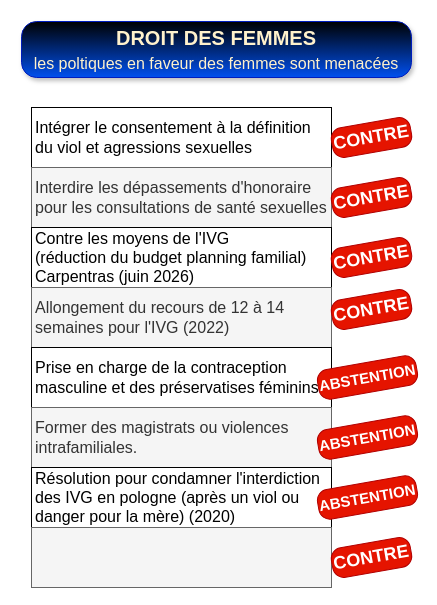
Before: drawio/Droit_des_femmes.drawio in bernard44600/cedbn, a draw.io diagram. Source tidied: cells renumbered, new cells numbered last; positions are measured from the earlier drawing's top-left corner, leaving out a move shared by most shapes. Both pictures are drawn from the tidied source at 100%, with x=0, y=0 at pixel (21, 21).
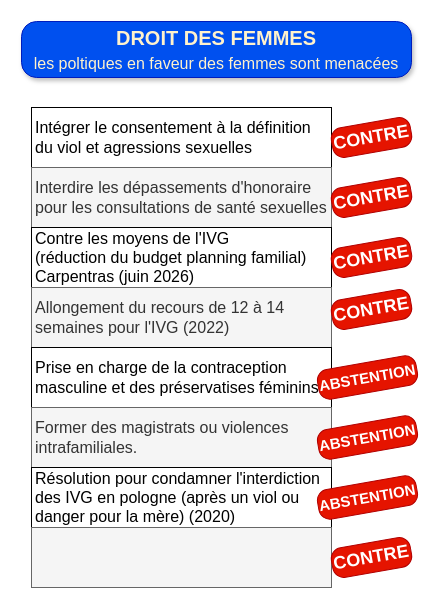
After the change.

The edit, as a diff of the source:
```diff
@@
 <mxGraphModel>
   <root>
     <mxCell id="0" />
     <mxCell id="1" parent="0" />
-    <mxCell id="2" value="DROIT DES FEMMES&lt;br&gt;&lt;font style=&quot;font-size: 16px; font-weight: normal;&quot;&gt;les poltiques en faveur des femmes sont menacées&lt;/font&gt;" style="rounded=1;whiteSpace=wrap;html=1;fontSize=20;fillColor=#0050ef;strokeColor=#001DBC;fontColor=#FFF2CC;gradientColor=default;gradientDirection=north;roundedPerimeter=1;shadow=1;glass=0;multiple=0;fontFamily=Helvetica;labelBackgroundColor=none;arcSize=27;fontStyle=1;" parent="1" vertex="1">
+    <mxCell id="2" value="DROIT DES FEMMES&lt;br&gt;&lt;font style=&quot;font-size: 16px; font-weight: normal;&quot;&gt;les poltiques en faveur des femmes sont menacées&lt;/font&gt;" style="rounded=1;whiteSpace=wrap;html=1;fontSize=20;fillColor=#0050ef;strokeColor=#001DBC;fontColor=#FFF2CC;gradientColor=none;gradientDirection=north;roundedPerimeter=1;shadow=1;glass=0;multiple=0;fontFamily=Helvetica;labelBackgroundColor=none;arcSize=27;fontStyle=1;" parent="1" vertex="1">
       <mxGeometry width="390" height="56" as="geometry" />
     </mxCell>
     <mxCell id="3" value="Intégrer le consentement à la définition du viol et agressions sexuelles" style="rounded=0;whiteSpace=wrap;html=1;fontFamily=Helvetica;fontSize=16;align=left;spacingLeft=2;" parent="1" vertex="1">
       <mxGeometry x="10" y="86" width="300" height="60" as="geometry" />
     </mxCell>
     <mxCell id="4" value="Interdire les dépassements d'honoraire pour les consultations de santé sexuelles" style="rounded=0;whiteSpace=wrap;html=1;fontFamily=Helvetica;fontSize=16;align=left;fillColor=#f5f5f5;fontColor=#333333;strokeColor=#666666;spacingLeft=2;" parent="1" vertex="1">
       <mxGeometry x="10" y="146" width="300" height="60" as="geometry" />
     </mxCell>
     <mxCell id="5" value="&lt;font&gt;Contre les moyens de l'IVG &lt;br&gt;(réduction du budget planning familial)&lt;br&gt;Carpentras (juin 2026)&amp;nbsp;&lt;/font&gt;" style="rounded=0;whiteSpace=wrap;html=1;fontFamily=Helvetica;fontSize=16;align=left;spacingLeft=2;" parent="1" vertex="1">
       <mxGeometry x="10" y="206" width="300" height="60" as="geometry" />
     </mxCell>
     <mxCell id="6" value="Allongement du recours de 12 à 14 semaines pour l'IVG (2022)" style="rounded=0;whiteSpace=wrap;html=1;fontFamily=Helvetica;fontSize=16;align=left;fillColor=#f5f5f5;fontColor=#333333;strokeColor=#666666;spacingLeft=2;" parent="1" vertex="1">
       <mxGeometry x="10" y="266" width="300" height="60" as="geometry" />
     </mxCell>
     <mxCell id="7" value="Prise en charge de la contraception masculine et des préservatises féminins." style="rounded=0;whiteSpace=wrap;html=1;fontFamily=Helvetica;fontSize=16;align=left;spacingLeft=2;" parent="1" vertex="1">
       <mxGeometry x="10" y="326" width="300" height="60" as="geometry" />
     </mxCell>
     <mxCell id="8" value="Former des magistrats ou violences intrafamiliales." style="rounded=0;whiteSpace=wrap;html=1;fontFamily=Helvetica;fontSize=16;align=left;fillColor=#f5f5f5;fontColor=#333333;strokeColor=#666666;spacingLeft=2;" parent="1" vertex="1">
       <mxGeometry x="10" y="386" width="300" height="60" as="geometry" />
     </mxCell>
     <mxCell id="9" value="Résolution pour condamner l'interdiction des IVG en pologne (après un viol ou danger pour la mère) (2020)" style="rounded=0;whiteSpace=wrap;html=1;fontFamily=Helvetica;fontSize=16;align=left;spacingLeft=2;" parent="1" vertex="1">
       <mxGeometry x="10" y="446" width="300" height="60" as="geometry" />
     </mxCell>
     <mxCell id="10" style="rounded=0;whiteSpace=wrap;html=1;fontFamily=Helvetica;fontSize=16;align=left;fillColor=#f5f5f5;fontColor=#333333;strokeColor=#666666;spacingLeft=2;" parent="1" vertex="1">
       <mxGeometry x="10" y="506" width="300" height="60" as="geometry" />
     </mxCell>
     <mxCell id="11" value="CONTRE" style="text;html=1;whiteSpace=wrap;strokeColor=#B20000;fillColor=#e51400;align=center;verticalAlign=middle;rounded=1;fontSize=18;fontColor=#ffffff;fontStyle=1;roundedPerimeter=1;arcSize=37;rotation=-10;" parent="1" vertex="1">
       <mxGeometry x="310" y="101" width="80" height="30" as="geometry" />
     </mxCell>
     <mxCell id="12" value="CONTRE" style="text;html=1;whiteSpace=wrap;strokeColor=#B20000;fillColor=#e51400;align=center;verticalAlign=middle;rounded=1;fontSize=18;fontColor=#ffffff;fontStyle=1;roundedPerimeter=1;arcSize=37;rotation=-10;" parent="1" vertex="1">
       <mxGeometry x="310" y="161" width="80" height="30" as="geometry" />
     </mxCell>
     <mxCell id="13" value="CONTRE" style="text;html=1;whiteSpace=wrap;strokeColor=#B20000;fillColor=#e51400;align=center;verticalAlign=middle;rounded=1;fontSize=18;fontColor=#ffffff;fontStyle=1;roundedPerimeter=1;arcSize=37;rotation=-10;" parent="1" vertex="1">
       <mxGeometry x="310" y="221" width="80" height="30" as="geometry" />
     </mxCell>
     <mxCell id="14" value="CONTRE" style="text;html=1;whiteSpace=wrap;strokeColor=#B20000;fillColor=#e51400;align=center;verticalAlign=middle;rounded=1;fontSize=18;fontColor=#ffffff;fontStyle=1;roundedPerimeter=1;arcSize=37;rotation=-10;" parent="1" vertex="1">
       <mxGeometry x="310" y="273" width="80" height="30" as="geometry" />
     </mxCell>
     <mxCell id="15" value="ABSTENTION" style="text;html=1;whiteSpace=wrap;strokeColor=#B20000;fillColor=#e51400;align=center;verticalAlign=middle;rounded=1;fontSize=15;fontColor=#ffffff;fontStyle=1;roundedPerimeter=1;arcSize=37;rotation=-10;" parent="1" vertex="1">
       <mxGeometry x="296" y="341" width="100" height="30" as="geometry" />
     </mxCell>
     <mxCell id="16" value="ABSTENTION" style="text;html=1;whiteSpace=wrap;strokeColor=#B20000;fillColor=#e51400;align=center;verticalAlign=middle;rounded=1;fontSize=15;fontColor=#ffffff;fontStyle=1;roundedPerimeter=1;arcSize=37;rotation=-10;" parent="1" vertex="1">
       <mxGeometry x="296" y="401" width="100" height="30" as="geometry" />
     </mxCell>
     <mxCell id="17" value="ABSTENTION" style="text;html=1;whiteSpace=wrap;strokeColor=#B20000;fillColor=#e51400;align=center;verticalAlign=middle;rounded=1;fontSize=15;fontColor=#ffffff;fontStyle=1;roundedPerimeter=1;arcSize=37;rotation=-10;" parent="1" vertex="1">
       <mxGeometry x="296" y="461" width="100" height="30" as="geometry" />
     </mxCell>
     <mxCell id="18" value="CONTRE" style="text;html=1;whiteSpace=wrap;strokeColor=#B20000;fillColor=#e51400;align=center;verticalAlign=middle;rounded=1;fontSize=18;fontColor=#ffffff;fontStyle=1;roundedPerimeter=1;arcSize=37;rotation=-10;" parent="1" vertex="1">
       <mxGeometry x="310" y="521" width="80" height="30" as="geometry" />
     </mxCell>
   </root>
 </mxGraphModel>
```
